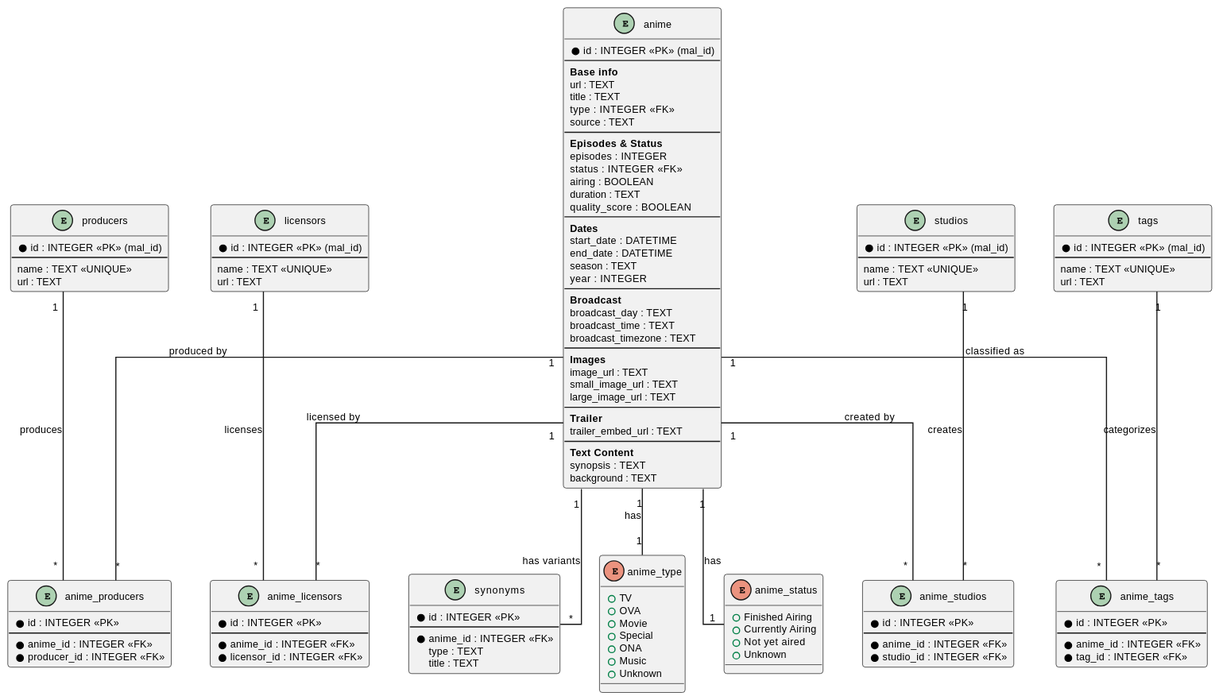
This is _docs/svg/l_model.svg from afuradanime/anime-facts-core, a PlantUML export, as it was before one commit.
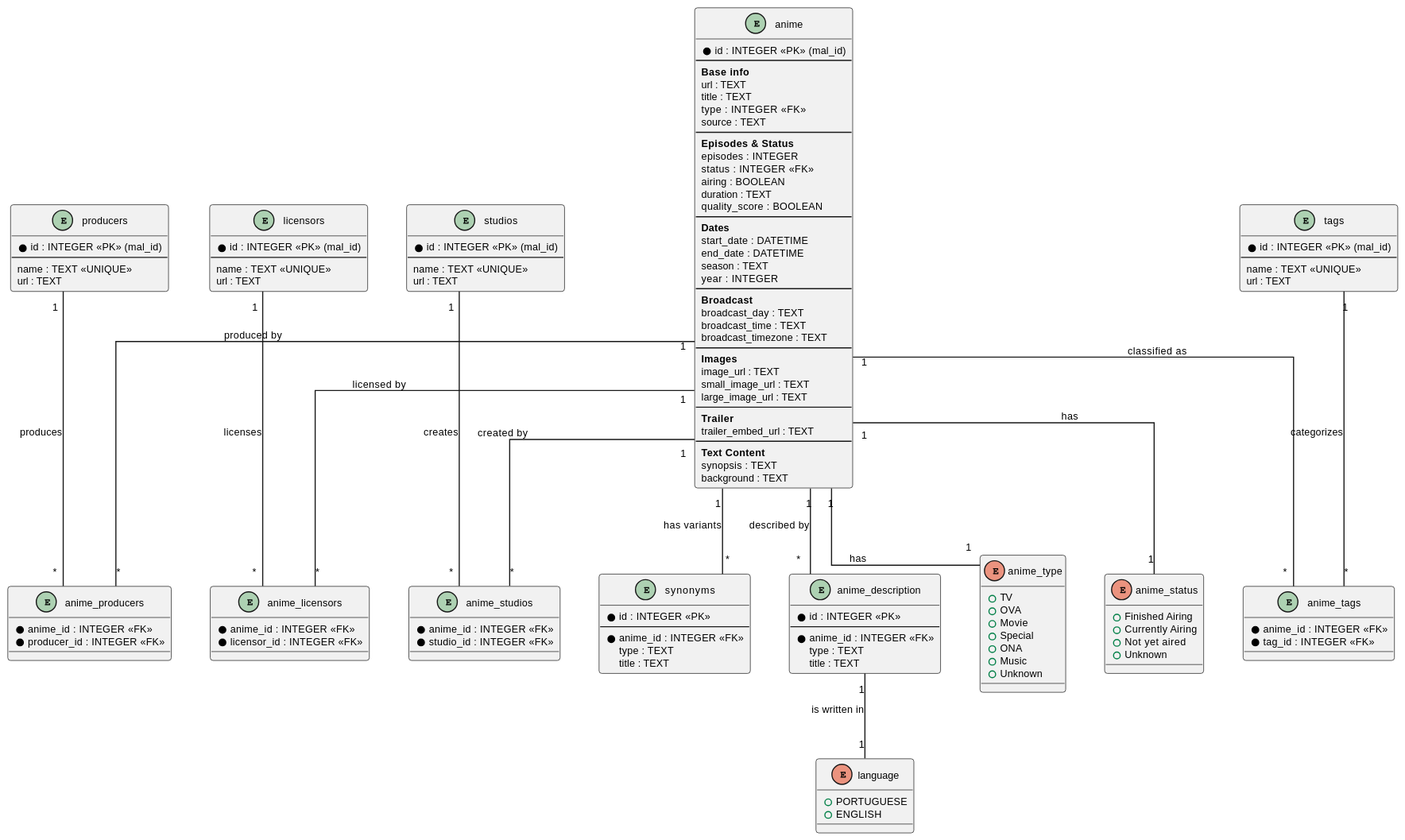
Above is the later version.

Commit message:
fix: readd description language table

Diff of the diagram source:
```diff
@@ -58,8 +58,6 @@
 }
 
 entity "anime_producers" as anime_producers {
-    * id : INTEGER <<PK>>
-    --
     * anime_id : INTEGER <<FK>>
     * producer_id : INTEGER <<FK>>
 }
@@ -72,8 +70,6 @@
 }
 
 entity "anime_licensors" as anime_licensors {
-    * id : INTEGER <<PK>>
-    --
     * anime_id : INTEGER <<FK>>
     * licensor_id : INTEGER <<FK>>
 }
@@ -86,8 +82,6 @@
 }
 
 entity "anime_studios" as anime_studios {
-    * id : INTEGER <<PK>>
-    --
     * anime_id : INTEGER <<FK>>
     * studio_id : INTEGER <<FK>>
 }
@@ -100,10 +94,21 @@
 }
 
 entity "anime_tags" as anime_tags {
+    * anime_id : INTEGER <<FK>>
+    * tag_id : INTEGER <<FK>>
+}
+
+entity "anime_description" as description {
     * id : INTEGER <<PK>>
     --
     * anime_id : INTEGER <<FK>>
-    * tag_id : INTEGER <<FK>>
+    type : TEXT
+    title : TEXT
+}
+
+enum "language" as lang {
+    + PORTUGUESE
+    + ENGLISH
 }
 
 enum "anime_type" as type {
@@ -123,6 +128,9 @@
     + Unknown
 }
 
+anime "1"--"*" description : "described by"
+description "1"--"1" lang : "is written in"
+
 anime "1"--"*" titles : "has variants"
 anime "1"--"1" type : "has"
 anime "1"--"1" status : "has"
```
